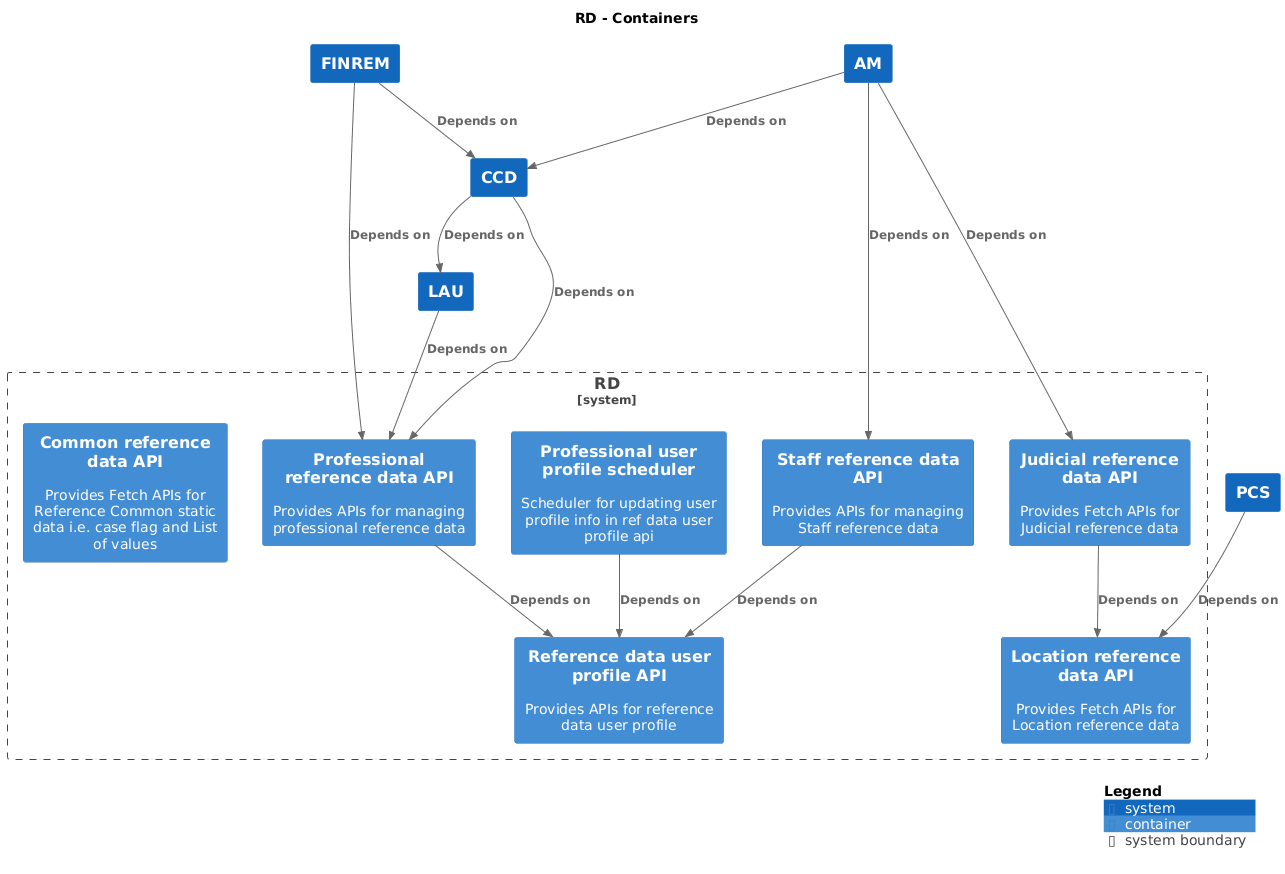
hmcts/cnp-api-docs keeps this PlantUML diagram as docs/c4/rd/images/structurizr-rd-overview.png. Above is the earlier version.
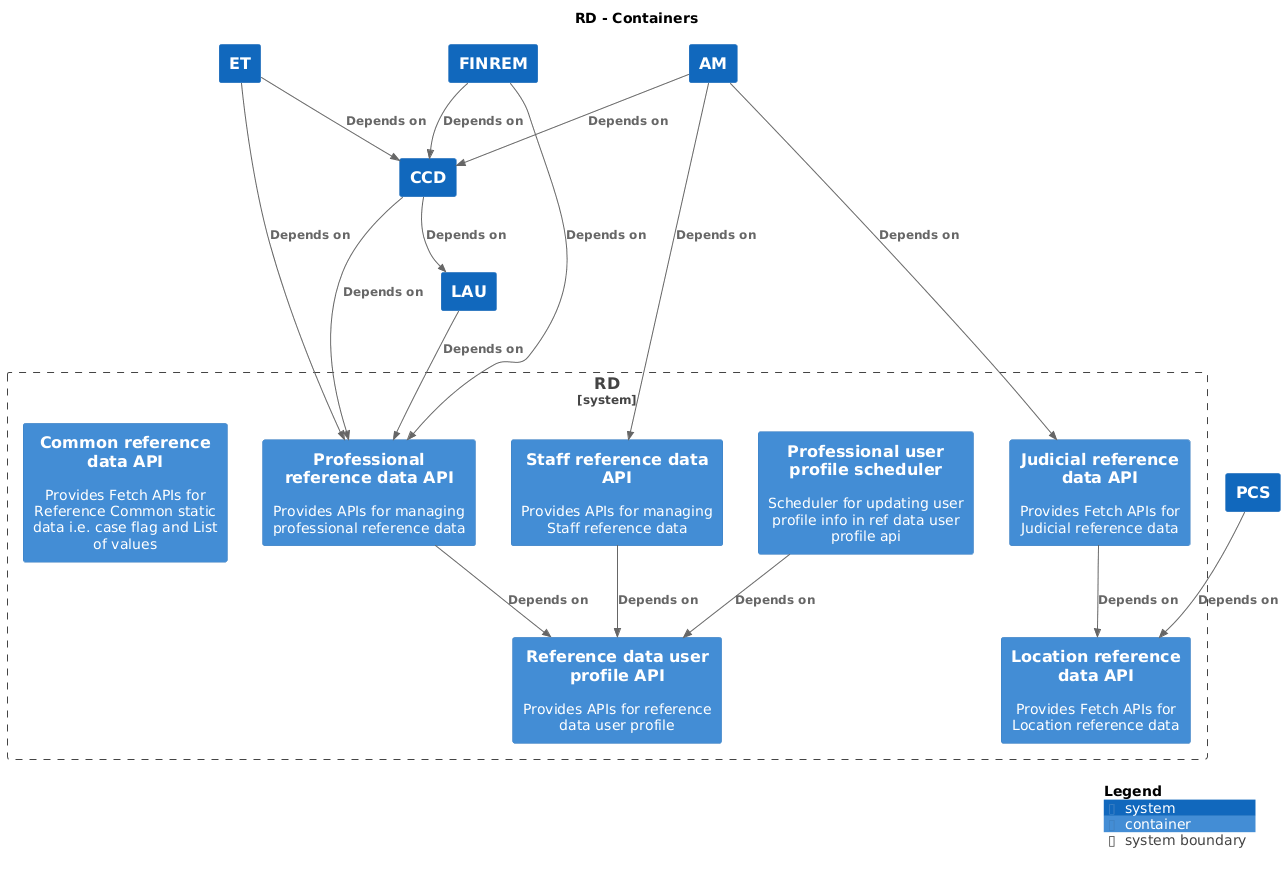
Above is the later version.

Diff of the diagram source:
```diff
@@ -12,6 +12,7 @@
 System(CCD, "CCD", $descr="", $tags="", $link="")
 System(FINREM, "FINREM", $descr="", $tags="", $link="")
 System(AM, "AM", $descr="", $tags="", $link="")
+System(ET, "ET", $descr="", $tags="", $link="")
 System(PCS, "PCS", $descr="", $tags="", $link="")
 
 System_Boundary("RD_boundary", "RD", $tags="") {
@@ -36,6 +37,8 @@
 Rel(AM, RD.JudicialreferencedataAPI, "Depends on", $techn="", $tags="", $link="")
 Rel(AM, RD.StaffreferencedataAPI, "Depends on", $techn="", $tags="", $link="")
 Rel(AM, CCD, "Depends on", $techn="", $tags="", $link="")
+Rel(ET, CCD, "Depends on", $techn="", $tags="", $link="")
+Rel(ET, RD.ProfessionalreferencedataAPI, "Depends on", $techn="", $tags="", $link="")
 Rel(PCS, RD.LocationreferencedataAPI, "Depends on", $techn="", $tags="", $link="")
 
 SHOW_DYNAMIC_LEGEND()
```
